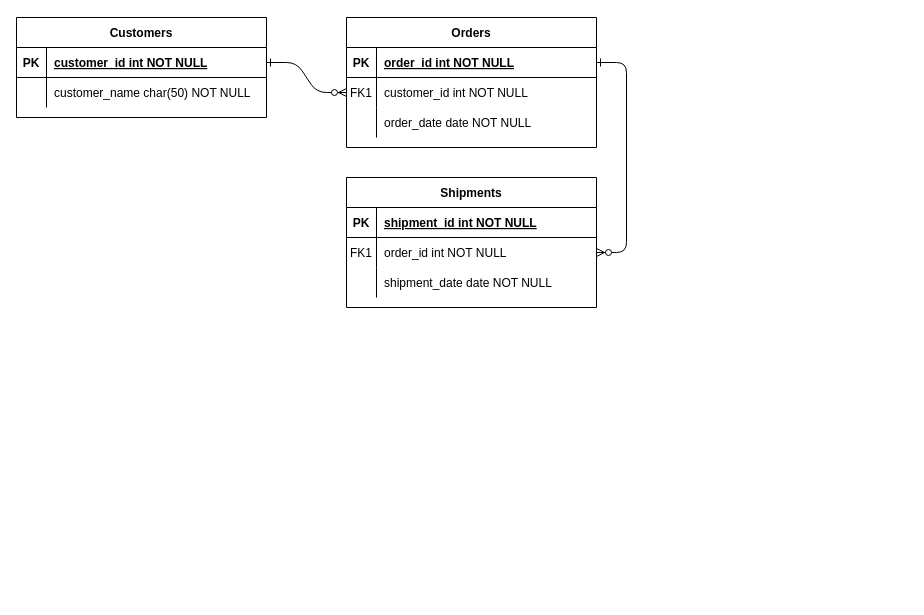
JOSENAVAS46/DiagramsDrawIO keeps this draw.io diagram as Diagrama sin título.drawio. Above is the earlier version. Source tidied: cells renumbered, new cells numbered last; positions are measured from the earlier drawing's top-left corner, leaving out a move shared by most shapes. Both pictures are drawn from the tidied source at 100%, with x=0, y=0 at pixel (16, 17).
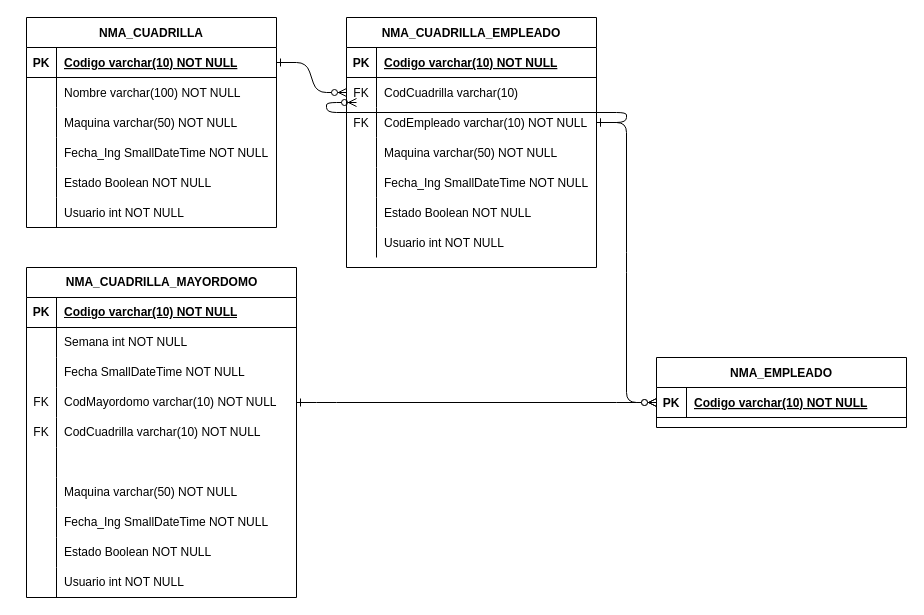
Above is the later version.

The change refers to these unchanged cells:
```xml
<mxCell id="5" style="shape=partialRectangle;fillColor=none;points=[[0,0.5],[1,0.5]];portConstraint=eastwest;top=0;left=0;right=0;bottom=1;" parent="4" vertex="1">
  <mxGeometry y="30" width="250" height="30" as="geometry" />
</mxCell>
<mxCell id="8" style="shape=partialRectangle;fillColor=none;points=[[0,0.5],[1,0.5]];portConstraint=eastwest;top=0;left=0;right=0;bottom=0;" parent="4" vertex="1">
  <mxGeometry y="60" width="250" height="30" as="geometry" />
</mxCell>
<mxCell id="11" style="shape=partialRectangle;fillColor=none;points=[[0,0.5],[1,0.5]];portConstraint=eastwest;top=0;left=0;right=0;bottom=0;" parent="4" vertex="1">
  <mxGeometry y="90" width="250" height="30" as="geometry" />
</mxCell>
<mxCell id="15" style="shape=partialRectangle;fillColor=none;points=[[0,0.5],[1,0.5]];portConstraint=eastwest;top=0;left=0;right=0;bottom=1;" parent="14" vertex="1">
  <mxGeometry y="30" width="250" height="30" as="geometry" />
</mxCell>
<mxCell id="25" style="shape=partialRectangle;fillColor=none;points=[[0,0.5],[1,0.5]];portConstraint=eastwest;top=0;left=0;right=0;bottom=1;" parent="24" vertex="1">
  <mxGeometry y="30" width="250" height="30" as="geometry" />
</mxCell>
<mxCell id="28" style="shape=partialRectangle;fillColor=none;top=0;left=0;right=0;bottom=0;" parent="24" vertex="1">
  <mxGeometry y="60" width="250" height="30" as="geometry" />
</mxCell>
```

Diff of the diagram source:
```diff
@@
-    <mxCell id="3" style="edgeStyle=entityRelationEdgeStyle;endArrow=ERzeroToMany;startArrow=ERone;endFill=1;startFill=0;" parent="1" edge="1" source="5" target="18">
-      <mxGeometry relative="1" as="geometry" />
+    <mxCell id="3" style="edgeStyle=entityRelationEdgeStyle;endArrow=ERzeroToMany;startArrow=ERone;endFill=1;startFill=0;exitX=1;exitY=0.5;exitDx=0;exitDy=0;" parent="1" edge="1" source="11">
+      <mxGeometry relative="1" as="geometry">
+        <mxPoint x="340" y="85" as="targetPoint" />
+        <Array as="points">
+          <mxPoint x="500" y="150" />
+        </Array>
+      </mxGeometry>
     </mxCell>
-    <mxCell id="4" value="Orders" style="shape=table;startSize=30;childLayout=tableLayout;rowLines=0;fontStyle=1;align=center;" parent="1" vertex="1">
-      <mxGeometry x="330" width="250" height="130" as="geometry" />
+    <mxCell id="4" value="NMA_CUADRILLA_EMPLEADO" style="shape=table;startSize=30;childLayout=tableLayout;rowLines=0;fontStyle=1;align=center;" parent="1" vertex="1">
+      <mxGeometry x="330" width="250" height="250" as="geometry" />
     </mxCell>
@@
-    <mxCell id="7" value="order_id int NOT NULL " style="shape=partialRectangle;overflow=hidden;fillColor=none;top=0;left=0;bottom=0;right=0;align=left;spacingLeft=6;fontStyle=5;" parent="5" vertex="1">
+    <mxCell id="7" value="Codigo varchar(10) NOT NULL " style="shape=partialRectangle;overflow=hidden;fillColor=none;top=0;left=0;bottom=0;right=0;align=left;spacingLeft=6;fontStyle=5;" parent="5" vertex="1">
       <mxGeometry x="30" width="220" height="30" as="geometry" />
     </mxCell>
@@
-    <mxCell id="9" value="FK1" style="shape=partialRectangle;overflow=hidden;fillColor=none;top=0;left=0;bottom=0;right=0;" parent="8" vertex="1">
+    <mxCell id="9" value="FK" style="shape=partialRectangle;overflow=hidden;fillColor=none;top=0;left=0;bottom=0;right=0;" parent="8" vertex="1">
       <mxGeometry width="30" height="30" as="geometry" />
     </mxCell>
-    <mxCell id="10" value="customer_id int NOT NULL" style="shape=partialRectangle;overflow=hidden;fillColor=none;top=0;left=0;bottom=0;right=0;align=left;spacingLeft=6;" parent="8" vertex="1">
+    <mxCell id="10" value="CodCuadrilla varchar(10)" style="shape=partialRectangle;overflow=hidden;fillColor=none;top=0;left=0;bottom=0;right=0;align=left;spacingLeft=6;" parent="8" vertex="1">
       <mxGeometry x="30" width="220" height="30" as="geometry" />
     </mxCell>
@@
-    <mxCell id="12" style="shape=partialRectangle;overflow=hidden;fillColor=none;top=0;left=0;bottom=0;right=0;" parent="11" vertex="1">
+    <mxCell id="12" value="FK" style="shape=partialRectangle;overflow=hidden;fillColor=none;top=0;left=0;bottom=0;right=0;" parent="11" vertex="1">
       <mxGeometry width="30" height="30" as="geometry" />
     </mxCell>
-    <mxCell id="13" value="order_date date NOT NULL" style="shape=partialRectangle;overflow=hidden;fillColor=none;top=0;left=0;bottom=0;right=0;align=left;spacingLeft=6;" parent="11" vertex="1">
+    <mxCell id="13" value="CodEmpleado varchar(10) NOT NULL" style="shape=partialRectangle;overflow=hidden;fillColor=none;top=0;left=0;bottom=0;right=0;align=left;spacingLeft=6;" parent="11" vertex="1">
       <mxGeometry x="30" width="220" height="30" as="geometry" />
     </mxCell>
+    <mxCell id="31" style="shape=partialRectangle;fillColor=none;top=0;left=0;right=0;bottom=0;" parent="4" vertex="1">
+      <mxGeometry y="120" width="250" height="30" as="geometry" />
+    </mxCell>
+    <mxCell id="32" style="shape=partialRectangle;overflow=hidden;fillColor=none;top=0;left=0;bottom=0;right=0;" parent="31" vertex="1">
+      <mxGeometry width="30" height="30" as="geometry" />
+    </mxCell>
+    <mxCell id="33" value="Maquina varchar(50) NOT NULL" style="shape=partialRectangle;overflow=hidden;fillColor=none;top=0;left=0;bottom=0;right=0;align=left;spacingLeft=6;" parent="31" vertex="1">
+      <mxGeometry x="30" width="220" height="30" as="geometry" />
+    </mxCell>
+    <mxCell id="34" style="shape=partialRectangle;fillColor=none;top=0;left=0;right=0;bottom=0;" parent="4" vertex="1">
+      <mxGeometry y="150" width="250" height="30" as="geometry" />
+    </mxCell>
+    <mxCell id="35" style="shape=partialRectangle;overflow=hidden;fillColor=none;top=0;left=0;bottom=0;right=0;" parent="34" vertex="1">
+      <mxGeometry width="30" height="30" as="geometry" />
+    </mxCell>
+    <mxCell id="36" value="Fecha_Ing SmallDateTime NOT NULL" style="shape=partialRectangle;overflow=hidden;fillColor=none;top=0;left=0;bottom=0;right=0;align=left;spacingLeft=6;" parent="34" vertex="1">
+      <mxGeometry x="30" width="220" height="30" as="geometry" />
+    </mxCell>
+    <mxCell id="37" style="shape=partialRectangle;fillColor=none;top=0;left=0;right=0;bottom=0;" parent="4" vertex="1">
+      <mxGeometry y="180" width="250" height="30" as="geometry" />
+    </mxCell>
+    <mxCell id="38" style="shape=partialRectangle;overflow=hidden;fillColor=none;top=0;left=0;bottom=0;right=0;" parent="37" vertex="1">
+      <mxGeometry width="30" height="30" as="geometry" />
+    </mxCell>
+    <mxCell id="39" value="Estado Boolean NOT NULL" style="shape=partialRectangle;overflow=hidden;fillColor=none;top=0;left=0;bottom=0;right=0;align=left;spacingLeft=6;" parent="37" vertex="1">
+      <mxGeometry x="30" width="220" height="30" as="geometry" />
+    </mxCell>
+    <mxCell id="40" style="shape=partialRectangle;fillColor=none;top=0;left=0;right=0;bottom=0;" parent="4" vertex="1">
+      <mxGeometry y="210" width="250" height="30" as="geometry" />
+    </mxCell>
+    <mxCell id="41" style="shape=partialRectangle;overflow=hidden;fillColor=none;top=0;left=0;bottom=0;right=0;" parent="40" vertex="1">
+      <mxGeometry width="30" height="30" as="geometry" />
+    </mxCell>
+    <mxCell id="42" value="Usuario int NOT NULL" style="shape=partialRectangle;overflow=hidden;fillColor=none;top=0;left=0;bottom=0;right=0;align=left;spacingLeft=6;" parent="40" vertex="1">
+      <mxGeometry x="30" width="220" height="30" as="geometry" />
+    </mxCell>
-    <mxCell id="14" value="Shipments" style="shape=table;startSize=30;childLayout=tableLayout;rowLines=0;fontStyle=1;align=center;" parent="1" vertex="1">
-      <mxGeometry x="330" y="160" width="250" height="130" as="geometry" />
+    <mxCell id="14" value="NMA_EMPLEADO" style="shape=table;startSize=30;childLayout=tableLayout;rowLines=0;fontStyle=1;align=center;" parent="1" vertex="1">
+      <mxGeometry x="640" y="340" width="250" height="70" as="geometry" />
     </mxCell>
@@
-    <mxCell id="17" value="shipment_id int NOT NULL " style="shape=partialRectangle;overflow=hidden;fillColor=none;top=0;left=0;bottom=0;right=0;align=left;spacingLeft=6;fontStyle=5;" parent="15" vertex="1">
+    <mxCell id="17" value="Codigo varchar(10) NOT NULL " style="shape=partialRectangle;overflow=hidden;fillColor=none;top=0;left=0;bottom=0;right=0;align=left;spacingLeft=6;fontStyle=5;" parent="15" vertex="1">
       <mxGeometry x="30" width="220" height="30" as="geometry" />
     </mxCell>
-    <mxCell id="18" style="shape=partialRectangle;fillColor=none;points=[[0,0.5],[1,0.5]];portConstraint=eastwest;top=0;left=0;right=0;bottom=0;" parent="14" vertex="1">
-      <mxGeometry y="60" width="250" height="30" as="geometry" />
-    </mxCell>
-    <mxCell id="19" value="FK1" style="shape=partialRectangle;overflow=hidden;fillColor=none;top=0;left=0;bottom=0;right=0;" parent="18" vertex="1">
-      <mxGeometry width="30" height="30" as="geometry" />
-    </mxCell>
-    <mxCell id="20" value="order_id int NOT NULL" style="shape=partialRectangle;overflow=hidden;fillColor=none;top=0;left=0;bottom=0;right=0;align=left;spacingLeft=6;" parent="18" vertex="1">
-      <mxGeometry x="30" width="220" height="30" as="geometry" />
-    </mxCell>
-    <mxCell id="21" style="shape=partialRectangle;fillColor=none;top=0;left=0;right=0;bottom=0;" parent="14" vertex="1">
-      <mxGeometry y="90" width="250" height="30" as="geometry" />
-    </mxCell>
-    <mxCell id="22" style="shape=partialRectangle;overflow=hidden;fillColor=none;top=0;left=0;bottom=0;right=0;" parent="21" vertex="1">
-      <mxGeometry width="30" height="30" as="geometry" />
-    </mxCell>
-    <mxCell id="23" value="shipment_date date NOT NULL" style="shape=partialRectangle;overflow=hidden;fillColor=none;top=0;left=0;bottom=0;right=0;align=left;spacingLeft=6;" parent="21" vertex="1">
-      <mxGeometry x="30" width="220" height="30" as="geometry" />
-    </mxCell>
-    <mxCell id="24" value="Customers" style="shape=table;startSize=30;childLayout=tableLayout;rowLines=0;fontStyle=1;align=center;" parent="1" vertex="1">
-      <mxGeometry width="250" height="100" as="geometry" />
+    <mxCell id="24" value="NMA_CUADRILLA" style="shape=table;startSize=30;childLayout=tableLayout;rowLines=0;fontStyle=1;align=center;" parent="1" vertex="1">
+      <mxGeometry x="10" width="250" height="210" as="geometry" />
     </mxCell>
@@
-    <mxCell id="27" value="customer_id int NOT NULL " style="shape=partialRectangle;overflow=hidden;fillColor=none;top=0;left=0;bottom=0;right=0;align=left;spacingLeft=6;fontStyle=5;" parent="25" vertex="1">
+    <mxCell id="27" value="Codigo varchar(10) NOT NULL " style="shape=partialRectangle;overflow=hidden;fillColor=none;top=0;left=0;bottom=0;right=0;align=left;spacingLeft=6;fontStyle=5;" parent="25" vertex="1">
       <mxGeometry x="30" width="220" height="30" as="geometry" />
     </mxCell>
@@
-    <mxCell id="30" value="customer_name char(50) NOT NULL" style="shape=partialRectangle;overflow=hidden;fillColor=none;top=0;left=0;bottom=0;right=0;align=left;spacingLeft=6;" parent="28" vertex="1">
+    <mxCell id="30" value="Nombre varchar(100) NOT NULL" style="shape=partialRectangle;overflow=hidden;fillColor=none;top=0;left=0;bottom=0;right=0;align=left;spacingLeft=6;" parent="28" vertex="1">
       <mxGeometry x="30" width="220" height="30" as="geometry" />
     </mxCell>
+    <mxCell id="21" style="shape=partialRectangle;fillColor=none;top=0;left=0;right=0;bottom=0;" parent="24" vertex="1">
+      <mxGeometry y="90" width="250" height="30" as="geometry" />
+    </mxCell>
+    <mxCell id="43" style="shape=partialRectangle;overflow=hidden;fillColor=none;top=0;left=0;bottom=0;right=0;" parent="21" vertex="1">
+      <mxGeometry width="30" height="30" as="geometry" />
+    </mxCell>
+    <mxCell id="44" value="Maquina varchar(50) NOT NULL" style="shape=partialRectangle;overflow=hidden;fillColor=none;top=0;left=0;bottom=0;right=0;align=left;spacingLeft=6;" parent="21" vertex="1">
+      <mxGeometry x="30" width="220" height="30" as="geometry" />
+    </mxCell>
+    <mxCell id="45" style="shape=partialRectangle;fillColor=none;top=0;left=0;right=0;bottom=0;" parent="24" vertex="1">
+      <mxGeometry y="120" width="250" height="30" as="geometry" />
+    </mxCell>
+    <mxCell id="46" style="shape=partialRectangle;overflow=hidden;fillColor=none;top=0;left=0;bottom=0;right=0;" parent="45" vertex="1">
+      <mxGeometry width="30" height="30" as="geometry" />
+    </mxCell>
+    <mxCell id="47" value="Fecha_Ing SmallDateTime NOT NULL" style="shape=partialRectangle;overflow=hidden;fillColor=none;top=0;left=0;bottom=0;right=0;align=left;spacingLeft=6;" parent="45" vertex="1">
+      <mxGeometry x="30" width="220" height="30" as="geometry" />
+    </mxCell>
+    <mxCell id="48" style="shape=partialRectangle;fillColor=none;top=0;left=0;right=0;bottom=0;" parent="24" vertex="1">
+      <mxGeometry y="150" width="250" height="30" as="geometry" />
+    </mxCell>
+    <mxCell id="49" style="shape=partialRectangle;overflow=hidden;fillColor=none;top=0;left=0;bottom=0;right=0;" parent="48" vertex="1">
+      <mxGeometry width="30" height="30" as="geometry" />
+    </mxCell>
+    <mxCell id="50" value="Estado Boolean NOT NULL" style="shape=partialRectangle;overflow=hidden;fillColor=none;top=0;left=0;bottom=0;right=0;align=left;spacingLeft=6;" parent="48" vertex="1">
+      <mxGeometry x="30" width="220" height="30" as="geometry" />
+    </mxCell>
+    <mxCell id="51" style="shape=partialRectangle;fillColor=none;top=0;left=0;right=0;bottom=0;" parent="24" vertex="1">
+      <mxGeometry y="180" width="250" height="30" as="geometry" />
+    </mxCell>
+    <mxCell id="52" style="shape=partialRectangle;overflow=hidden;fillColor=none;top=0;left=0;bottom=0;right=0;" parent="51" vertex="1">
+      <mxGeometry width="30" height="30" as="geometry" />
+    </mxCell>
+    <mxCell id="53" value="Usuario int NOT NULL" style="shape=partialRectangle;overflow=hidden;fillColor=none;top=0;left=0;bottom=0;right=0;align=left;spacingLeft=6;" parent="51" vertex="1">
+      <mxGeometry x="30" width="220" height="30" as="geometry" />
+    </mxCell>
+    <mxCell id="54" style="edgeStyle=entityRelationEdgeStyle;endArrow=ERzeroToMany;startArrow=ERone;endFill=1;startFill=0;exitX=1;exitY=0.5;exitDx=0;exitDy=0;entryX=0;entryY=0.5;entryDx=0;entryDy=0;" parent="1" edge="1" source="65" target="15">
+      <mxGeometry relative="1" as="geometry" />
+    </mxCell>
+    <mxCell id="55" value="NMA_CUADRILLA_MAYORDOMO" style="shape=table;startSize=30;childLayout=tableLayout;rowLines=0;fontStyle=1;align=center;html=1;" parent="1" vertex="1">
+      <mxGeometry x="10" y="250" width="270" height="330" as="geometry" />
+    </mxCell>
+    <mxCell id="56" style="shape=tableRow;horizontal=0;startSize=0;swimlaneHead=0;swimlaneBody=0;fillColor=none;top=0;left=0;right=0;bottom=1;" parent="55" vertex="1">
+      <mxGeometry y="30" width="270" height="30" as="geometry" />
+    </mxCell>
+    <mxCell id="57" value="PK" style="shape=partialRectangle;fillColor=none;top=0;left=0;bottom=0;right=0;fontStyle=1;overflow=hidden;whiteSpace=wrap;html=1;" parent="56" vertex="1">
+      <mxGeometry width="30" height="30" as="geometry" />
+    </mxCell>
+    <mxCell id="58" value="Codigo&amp;nbsp;varchar(10) NOT NULL " style="shape=partialRectangle;fillColor=none;top=0;left=0;bottom=0;right=0;align=left;spacingLeft=6;fontStyle=5;overflow=hidden;whiteSpace=wrap;html=1;" parent="56" vertex="1">
+      <mxGeometry x="30" width="240" height="30" as="geometry" />
+    </mxCell>
+    <mxCell id="59" style="shape=tableRow;horizontal=0;startSize=0;swimlaneHead=0;swimlaneBody=0;fillColor=none;top=0;left=0;right=0;bottom=0;" parent="55" vertex="1">
+      <mxGeometry y="60" width="270" height="30" as="geometry" />
+    </mxCell>
+    <mxCell id="60" style="shape=partialRectangle;fillColor=none;top=0;left=0;bottom=0;right=0;overflow=hidden;whiteSpace=wrap;html=1;" parent="59" vertex="1">
+      <mxGeometry width="30" height="30" as="geometry" />
+    </mxCell>
+    <mxCell id="61" value="Semana int NOT NULL" style="shape=partialRectangle;fillColor=none;top=0;left=0;bottom=0;right=0;align=left;spacingLeft=6;overflow=hidden;whiteSpace=wrap;html=1;" parent="59" vertex="1">
+      <mxGeometry x="30" width="240" height="30" as="geometry" />
+    </mxCell>
+    <mxCell id="62" style="shape=tableRow;horizontal=0;startSize=0;swimlaneHead=0;swimlaneBody=0;fillColor=none;top=0;left=0;right=0;bottom=0;" parent="55" vertex="1">
+      <mxGeometry y="90" width="270" height="30" as="geometry" />
+    </mxCell>
+    <mxCell id="63" style="shape=partialRectangle;fillColor=none;top=0;left=0;bottom=0;right=0;overflow=hidden;whiteSpace=wrap;html=1;" parent="62" vertex="1">
+      <mxGeometry width="30" height="30" as="geometry" />
+    </mxCell>
+    <mxCell id="64" value="Fecha SmallDateTime NOT NULL" style="shape=partialRectangle;fillColor=none;top=0;left=0;bottom=0;right=0;align=left;spacingLeft=6;overflow=hidden;whiteSpace=wrap;html=1;" parent="62" vertex="1">
+      <mxGeometry x="30" width="240" height="30" as="geometry" />
+    </mxCell>
+    <mxCell id="65" style="shape=tableRow;horizontal=0;startSize=0;swimlaneHead=0;swimlaneBody=0;fillColor=none;points=[[0,0.5],[1,0.5]];portConstraint=eastwest;top=0;left=0;right=0;bottom=0;" parent="55" vertex="1">
+      <mxGeometry y="120" width="270" height="30" as="geometry" />
+    </mxCell>
+    <mxCell id="66" value="FK" style="shape=partialRectangle;fillColor=none;top=0;left=0;bottom=0;right=0;overflow=hidden;whiteSpace=wrap;html=1;" parent="65" vertex="1">
+      <mxGeometry width="30" height="30" as="geometry" />
+    </mxCell>
+    <mxCell id="67" value="CodMayordomo&amp;nbsp;varchar(10) NOT NULL" style="shape=partialRectangle;fillColor=none;top=0;left=0;bottom=0;right=0;align=left;spacingLeft=6;overflow=hidden;whiteSpace=wrap;html=1;" parent="65" vertex="1">
+      <mxGeometry x="30" width="240" height="30" as="geometry" />
+    </mxCell>
+    <mxCell id="68" style="shape=tableRow;horizontal=0;startSize=0;swimlaneHead=0;swimlaneBody=0;fillColor=none;top=0;left=0;right=0;bottom=0;" parent="55" vertex="1">
+      <mxGeometry y="150" width="270" height="30" as="geometry" />
+    </mxCell>
+    <mxCell id="69" value="FK" style="shape=partialRectangle;fillColor=none;top=0;left=0;bottom=0;right=0;overflow=hidden;whiteSpace=wrap;html=1;" parent="68" vertex="1">
+      <mxGeometry width="30" height="30" as="geometry" />
+    </mxCell>
+    <mxCell id="70" value="CodCuadrilla varchar(10) NOT NULL" style="shape=partialRectangle;fillColor=none;top=0;left=0;bottom=0;right=0;align=left;spacingLeft=6;overflow=hidden;whiteSpace=wrap;html=1;" parent="68" vertex="1">
+      <mxGeometry x="30" width="240" height="30" as="geometry" />
+    </mxCell>
+    <mxCell id="71" style="shape=tableRow;horizontal=0;startSize=0;swimlaneHead=0;swimlaneBody=0;fillColor=none;top=0;left=0;right=0;bottom=0;" parent="55" vertex="1">
+      <mxGeometry y="180" width="270" height="30" as="geometry" />
+    </mxCell>
+    <mxCell id="72" style="shape=partialRectangle;fillColor=none;top=0;left=0;bottom=0;right=0;overflow=hidden;whiteSpace=wrap;html=1;" parent="71" vertex="1">
+      <mxGeometry width="30" height="30" as="geometry" />
+    </mxCell>
+    <mxCell id="73" style="shape=partialRectangle;fillColor=none;top=0;left=0;bottom=0;right=0;align=left;spacingLeft=6;overflow=hidden;whiteSpace=wrap;html=1;" parent="71" vertex="1">
+      <mxGeometry x="30" width="240" height="30" as="geometry" />
+    </mxCell>
+    <mxCell id="74" style="shape=tableRow;horizontal=0;startSize=0;swimlaneHead=0;swimlaneBody=0;fillColor=none;top=0;left=0;right=0;bottom=0;" parent="55" vertex="1">
+      <mxGeometry y="210" width="270" height="30" as="geometry" />
+    </mxCell>
+    <mxCell id="75" style="shape=partialRectangle;fillColor=none;top=0;left=0;bottom=0;right=0;overflow=hidden;whiteSpace=wrap;html=1;" parent="74" vertex="1">
+      <mxGeometry width="30" height="30" as="geometry" />
+    </mxCell>
+    <mxCell id="76" value="Maquina varchar(50) NOT NULL" style="shape=partialRectangle;fillColor=none;top=0;left=0;bottom=0;right=0;align=left;spacingLeft=6;overflow=hidden;whiteSpace=wrap;html=1;" parent="74" vertex="1">
+      <mxGeometry x="30" width="240" height="30" as="geometry" />
+    </mxCell>
+    <mxCell id="77" style="shape=tableRow;horizontal=0;startSize=0;swimlaneHead=0;swimlaneBody=0;fillColor=none;top=0;left=0;right=0;bottom=0;" parent="55" vertex="1">
+      <mxGeometry y="240" width="270" height="30" as="geometry" />
+    </mxCell>
+    <mxCell id="78" style="shape=partialRectangle;fillColor=none;top=0;left=0;bottom=0;right=0;overflow=hidden;whiteSpace=wrap;html=1;" parent="77" vertex="1">
+      <mxGeometry width="30" height="30" as="geometry" />
+    </mxCell>
+    <mxCell id="79" value="Fecha_Ing SmallDateTime NOT NULL" style="shape=partialRectangle;fillColor=none;top=0;left=0;bottom=0;right=0;align=left;spacingLeft=6;overflow=hidden;whiteSpace=wrap;html=1;" parent="77" vertex="1">
+      <mxGeometry x="30" width="240" height="30" as="geometry" />
+    </mxCell>
+    <mxCell id="80" style="shape=tableRow;horizontal=0;startSize=0;swimlaneHead=0;swimlaneBody=0;fillColor=none;top=0;left=0;right=0;bottom=0;" parent="55" vertex="1">
+      <mxGeometry y="270" width="270" height="30" as="geometry" />
+    </mxCell>
+    <mxCell id="81" style="shape=partialRectangle;fillColor=none;top=0;left=0;bottom=0;right=0;overflow=hidden;whiteSpace=wrap;html=1;" parent="80" vertex="1">
+      <mxGeometry width="30" height="30" as="geometry" />
+    </mxCell>
+    <mxCell id="82" value="Estado Boolean NOT NULL" style="shape=partialRectangle;fillColor=none;top=0;left=0;bottom=0;right=0;align=left;spacingLeft=6;overflow=hidden;whiteSpace=wrap;html=1;" parent="80" vertex="1">
+      <mxGeometry x="30" width="240" height="30" as="geometry" />
+    </mxCell>
+    <mxCell id="83" style="shape=tableRow;horizontal=0;startSize=0;swimlaneHead=0;swimlaneBody=0;fillColor=none;top=0;left=0;right=0;bottom=0;" parent="55" vertex="1">
+      <mxGeometry y="300" width="270" height="30" as="geometry" />
+    </mxCell>
+    <mxCell id="84" style="shape=partialRectangle;fillColor=none;top=0;left=0;bottom=0;right=0;overflow=hidden;whiteSpace=wrap;html=1;" parent="83" vertex="1">
+      <mxGeometry width="30" height="30" as="geometry" />
+    </mxCell>
+    <mxCell id="85" value="Usuario int NOT NULL" style="shape=partialRectangle;fillColor=none;top=0;left=0;bottom=0;right=0;align=left;spacingLeft=6;overflow=hidden;whiteSpace=wrap;html=1;" parent="83" vertex="1">
+      <mxGeometry x="30" width="240" height="30" as="geometry" />
+    </mxCell>
+    <mxCell id="86" style="edgeStyle=entityRelationEdgeStyle;endArrow=ERzeroToMany;startArrow=ERone;endFill=1;startFill=0;exitX=1;exitY=0.5;exitDx=0;exitDy=0;entryX=0;entryY=0.5;entryDx=0;entryDy=0;" parent="1" edge="1" source="11" target="15">
+      <mxGeometry relative="1" as="geometry">
+        <Array as="points">
+          <mxPoint x="630" y="230" />
+        </Array>
+      </mxGeometry>
+    </mxCell>
```
